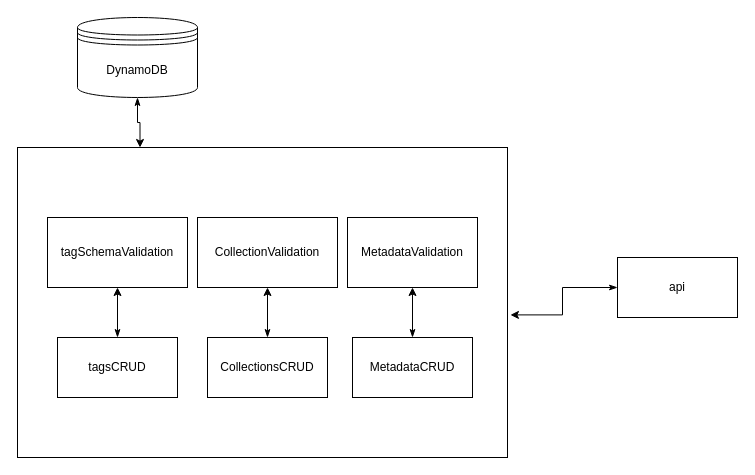
Earlier version of the draw.io diagram documentation/assets/drawio/lambdas.drawio (Canadian-Geospatial-Platform/relations-system). Source tidied: cells renumbered, new cells numbered last; positions are measured from the earlier drawing's top-left corner, leaving out a move shared by most shapes. Both pictures are drawn from the tidied source at 100%, with x=0, y=0 at pixel (17, 17).
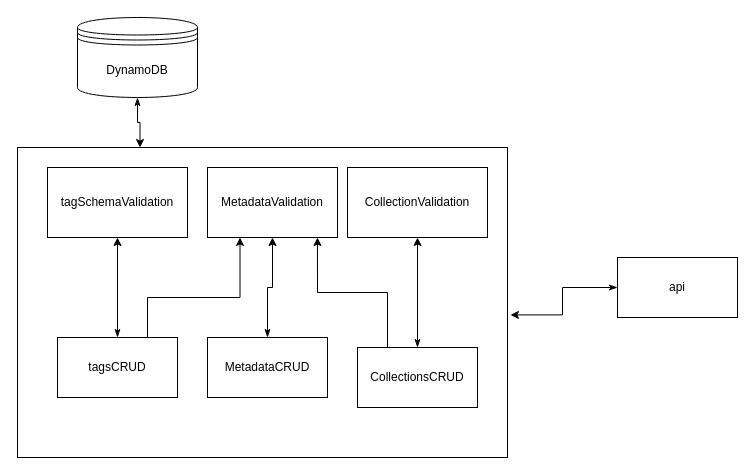
After the change.

Commit message (it also covers changes not shown here):
correction of lambda relations.

Diff of the diagram source:
```diff
@@
 <mxGraphModel>
   <root>
     <mxCell id="0" />
     <mxCell id="1" parent="0" />
     <mxCell id="2" style="edgeStyle=orthogonalEdgeStyle;rounded=0;jettySize=auto;html=1;exitX=0.5;exitY=1;exitDx=0;exitDy=0;entryX=0.25;entryY=0;entryDx=0;entryDy=0;startArrow=classicThin;startFill=1;" parent="1" edge="1" source="3" target="4">
       <mxGeometry relative="1" as="geometry" />
     </mxCell>
     <mxCell id="3" value="DynamoDB" style="shape=datastore;whiteSpace=wrap;html=1;" parent="1" vertex="1">
       <mxGeometry x="60" width="120" height="80" as="geometry" />
     </mxCell>
     <mxCell id="4" style="rounded=0;whiteSpace=wrap;html=1;" parent="1" vertex="1">
       <mxGeometry y="130" width="490" height="310" as="geometry" />
     </mxCell>
     <mxCell id="5" style="edgeStyle=orthogonalEdgeStyle;rounded=0;jettySize=auto;html=1;entryX=1.006;entryY=0.54;entryDx=0;entryDy=0;entryPerimeter=0;startArrow=classicThin;startFill=1;" parent="1" edge="1" source="6" target="4">
       <mxGeometry relative="1" as="geometry" />
     </mxCell>
     <mxCell id="6" value="api" style="rounded=0;whiteSpace=wrap;html=1;" parent="1" vertex="1">
       <mxGeometry x="600" y="240" width="120" height="60" as="geometry" />
     </mxCell>
     <mxCell id="7" style="edgeStyle=orthogonalEdgeStyle;rounded=0;jettySize=auto;html=1;exitX=0.5;exitY=0;exitDx=0;exitDy=0;entryX=0.5;entryY=1;entryDx=0;entryDy=0;startArrow=classicThin;startFill=1;" parent="1" edge="1" source="8" target="13">
       <mxGeometry relative="1" as="geometry" />
     </mxCell>
+    <mxCell id="16" style="edgeStyle=orthogonalEdgeStyle;rounded=0;jettySize=auto;html=1;exitX=0.75;exitY=0;exitDx=0;exitDy=0;entryX=0.25;entryY=1;entryDx=0;entryDy=0;" parent="1" edge="1" source="8" target="15">
+      <mxGeometry relative="1" as="geometry">
+        <Array as="points">
+          <mxPoint x="130" y="280" />
+          <mxPoint x="223" y="280" />
+        </Array>
+      </mxGeometry>
+    </mxCell>
     <mxCell id="8" value="tagsCRUD" style="rounded=0;whiteSpace=wrap;html=1;" parent="1" vertex="1">
       <mxGeometry x="40" y="320" width="120" height="60" as="geometry" />
     </mxCell>
     <mxCell id="9" style="edgeStyle=orthogonalEdgeStyle;rounded=0;jettySize=auto;html=1;exitX=0.5;exitY=0;exitDx=0;exitDy=0;startArrow=classicThin;startFill=1;" parent="1" edge="1" source="10" target="15">
       <mxGeometry relative="1" as="geometry" />
     </mxCell>
     <mxCell id="10" value="MetadataCRUD" style="rounded=0;whiteSpace=wrap;html=1;" parent="1" vertex="1">
-      <mxGeometry x="335" y="320" width="120" height="60" as="geometry" />
+      <mxGeometry x="190" y="320" width="120" height="60" as="geometry" />
     </mxCell>
     <mxCell id="11" style="edgeStyle=orthogonalEdgeStyle;rounded=0;jettySize=auto;html=1;exitX=0.5;exitY=0;exitDx=0;exitDy=0;entryX=0.5;entryY=1;entryDx=0;entryDy=0;startArrow=classicThin;startFill=1;" parent="1" edge="1" source="12" target="14">
       <mxGeometry relative="1" as="geometry" />
     </mxCell>
+    <mxCell id="17" style="edgeStyle=orthogonalEdgeStyle;rounded=0;jettySize=auto;html=1;exitX=0.25;exitY=0;exitDx=0;exitDy=0;entryX=0.846;entryY=1;entryDx=0;entryDy=0;entryPerimeter=0;" parent="1" edge="1" source="12" target="15">
+      <mxGeometry relative="1" as="geometry" />
+    </mxCell>
     <mxCell id="12" value="CollectionsCRUD" style="rounded=0;whiteSpace=wrap;html=1;" parent="1" vertex="1">
-      <mxGeometry x="190" y="320" width="120" height="60" as="geometry" />
+      <mxGeometry x="340" y="330" width="120" height="60" as="geometry" />
     </mxCell>
     <mxCell id="13" value="tagSchemaValidation" style="rounded=0;whiteSpace=wrap;html=1;" parent="1" vertex="1">
-      <mxGeometry x="30" y="200" width="140" height="70" as="geometry" />
+      <mxGeometry x="30" y="150" width="140" height="70" as="geometry" />
     </mxCell>
     <mxCell id="14" value="CollectionValidation" style="rounded=0;whiteSpace=wrap;html=1;" parent="1" vertex="1">
-      <mxGeometry x="180" y="200" width="140" height="70" as="geometry" />
+      <mxGeometry x="330" y="150" width="140" height="70" as="geometry" />
     </mxCell>
     <mxCell id="15" value="MetadataValidation" style="rounded=0;whiteSpace=wrap;html=1;" parent="1" vertex="1">
-      <mxGeometry x="330" y="200" width="130" height="70" as="geometry" />
+      <mxGeometry x="190" y="150" width="130" height="70" as="geometry" />
     </mxCell>
   </root>
 </mxGraphModel>
```
